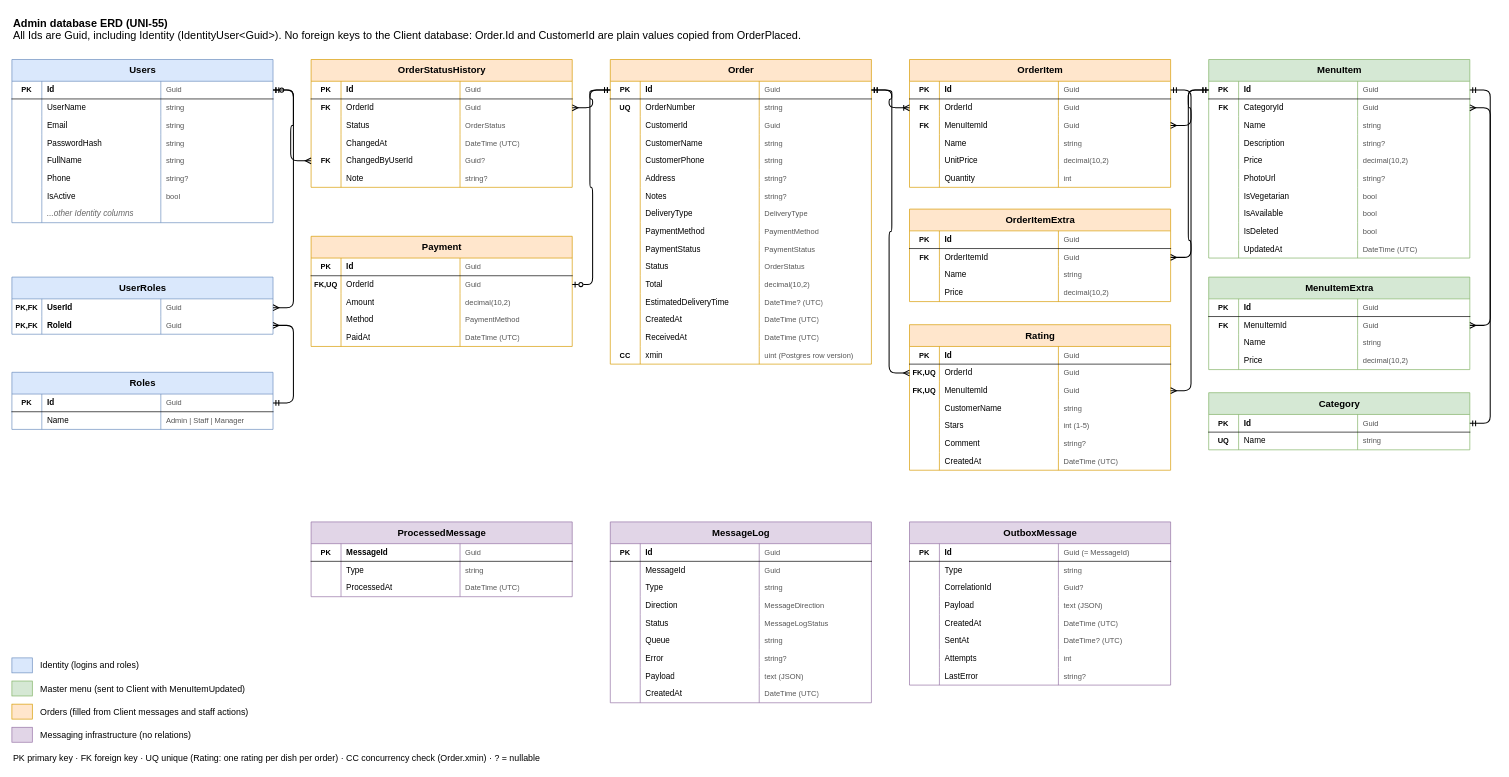
This is docs/erd-admin.drawio from MariaMakary/FoodOrdering, a draw.io file, before an edit. Source tidied: cells renumbered, new cells numbered last; positions are measured from the earlier drawing's top-left corner, leaving out a move shared by most shapes. Both pictures are drawn from the tidied source at 68%, with x=0, y=0 at pixel (12, 12).
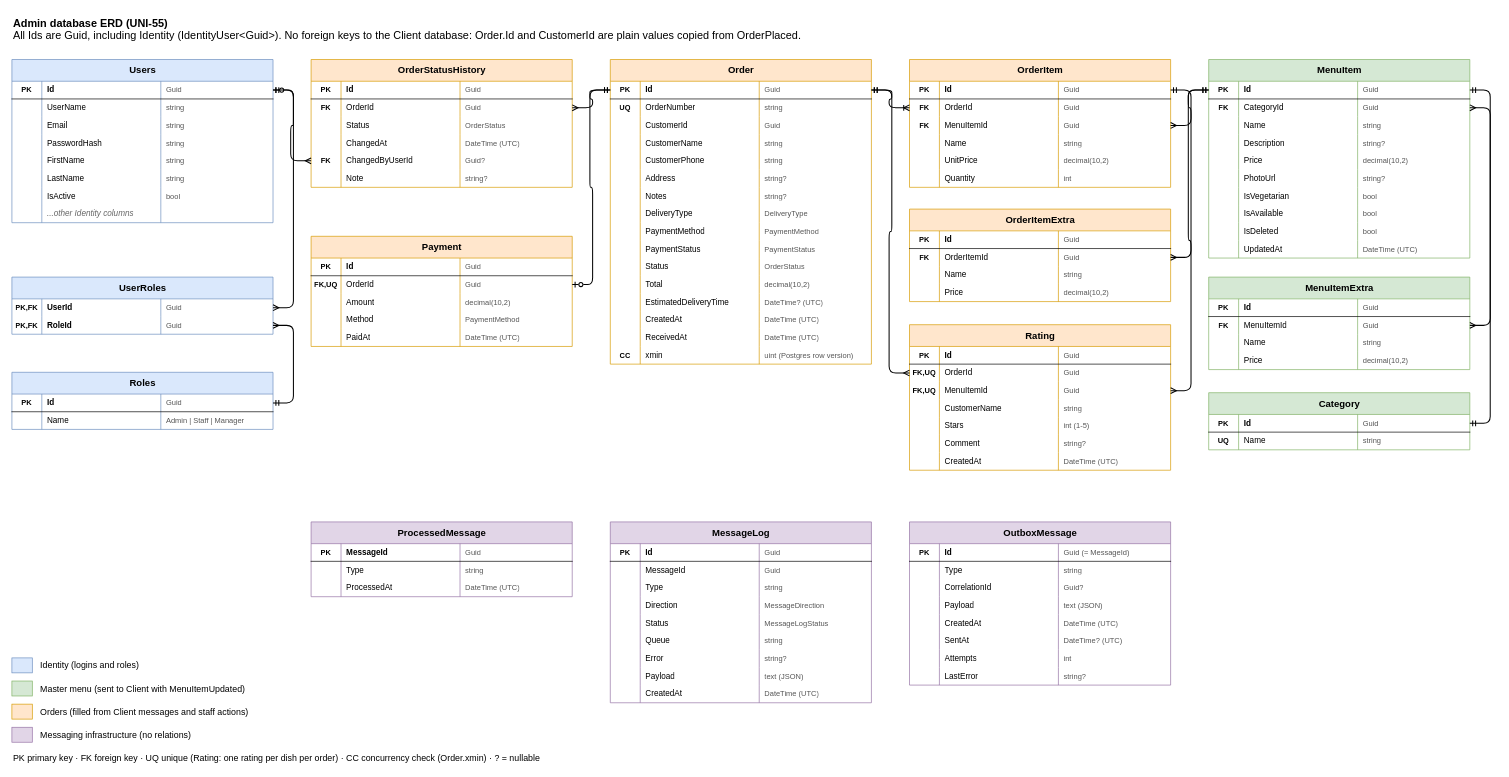
Above is the later version.

The change refers to these unchanged cells:
```xml
<mxCell id="20" style="shape=tableRow;horizontal=0;startSize=0;swimlaneHead=0;swimlaneBody=0;fillColor=none;top=0;left=0;right=0;bottom=0;html=1;" parent="3" vertex="1">
  <mxGeometry y="136" width="384" height="26" as="geometry" />
</mxCell>
<mxCell id="24" style="shape=tableRow;horizontal=0;startSize=0;swimlaneHead=0;swimlaneBody=0;fillColor=none;top=0;left=0;right=0;bottom=0;html=1;" parent="3" vertex="1">
  <mxGeometry y="162" width="384" height="26" as="geometry" />
</mxCell>
```

What changed in the source:
```diff
@@
-    <mxCell id="22" value="FullName" style="shape=partialRectangle;fillColor=none;top=0;left=0;bottom=0;right=0;overflow=hidden;whiteSpace=wrap;html=1;align=left;spacingLeft=6;" parent="20" vertex="1">
+    <mxCell id="22" value="FirstName" style="shape=partialRectangle;fillColor=none;top=0;left=0;bottom=0;right=0;overflow=hidden;whiteSpace=wrap;html=1;align=left;spacingLeft=6;" parent="20" vertex="1">
       <mxGeometry x="44" width="175" height="26" as="geometry" />
     </mxCell>
@@
-    <mxCell id="26" value="Phone" style="shape=partialRectangle;fillColor=none;top=0;left=0;bottom=0;right=0;overflow=hidden;whiteSpace=wrap;html=1;align=left;spacingLeft=6;" parent="24" vertex="1">
+    <mxCell id="26" value="LastName" style="shape=partialRectangle;fillColor=none;top=0;left=0;bottom=0;right=0;overflow=hidden;whiteSpace=wrap;html=1;align=left;spacingLeft=6;" parent="24" vertex="1">
       <mxGeometry x="44" width="175" height="26" as="geometry" />
     </mxCell>
-    <mxCell id="27" value="string?" style="shape=partialRectangle;fillColor=none;top=0;left=0;bottom=0;right=0;overflow=hidden;whiteSpace=wrap;html=1;align=left;spacingLeft=6;fontColor=#555555;fontSize=11;" parent="24" vertex="1">
+    <mxCell id="27" value="string" style="shape=partialRectangle;fillColor=none;top=0;left=0;bottom=0;right=0;overflow=hidden;whiteSpace=wrap;html=1;align=left;spacingLeft=6;fontColor=#555555;fontSize=11;" parent="24" vertex="1">
       <mxGeometry x="219" width="165" height="26" as="geometry" />
     </mxCell>
```
